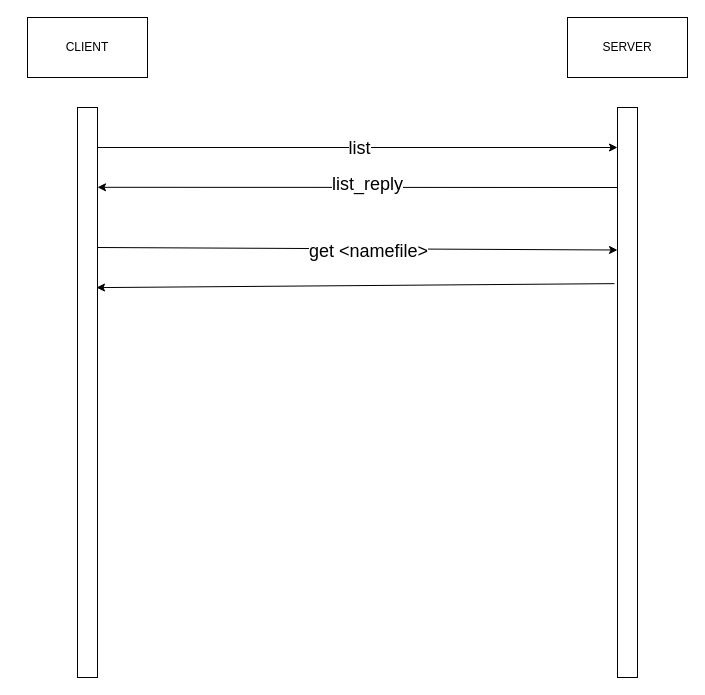
Before: page "Page-3" (3 of 5) of Docs/Untitled.drawio in ItsTiz/Progetto-Reti, a draw.io diagram. Source tidied: cells renumbered, new cells numbered last; positions are measured from the earlier drawing's top-left corner, leaving out a move shared by most shapes. Both pictures are drawn from the tidied source at 100%, with x=0, y=0 at pixel (27, 17).
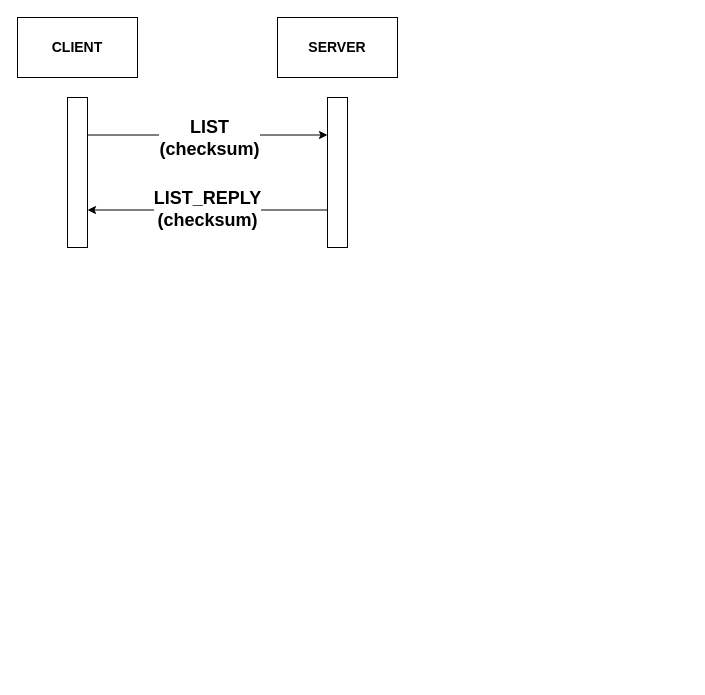
After the change.

Commit message (it also covers changes not shown here):
Made some changes to text output in both client and server

What changed in the source:
```diff
@@
 <mxGraphModel>
   <root>
     <mxCell id="0" />
     <mxCell id="1" parent="0" />
-    <mxCell id="2" value="CLIENT" style="rounded=0;whiteSpace=wrap;html=1;" parent="1" vertex="1">
-      <mxGeometry width="120" height="60" as="geometry" />
+    <mxCell id="2" value="&lt;font style=&quot;font-size: 14px;&quot;&gt;&lt;b&gt;CLIENT&lt;/b&gt;&lt;/font&gt;" style="rounded=0;whiteSpace=wrap;html=1;" parent="1" vertex="1">
+      <mxGeometry x="-10" width="120" height="60" as="geometry" />
     </mxCell>
-    <mxCell id="3" value="SERVER" style="rounded=0;whiteSpace=wrap;html=1;" parent="1" vertex="1">
-      <mxGeometry x="540" width="120" height="60" as="geometry" />
+    <mxCell id="3" value="&lt;font style=&quot;font-size: 14px;&quot;&gt;&lt;b&gt;SERVER&lt;/b&gt;&lt;/font&gt;" style="rounded=0;whiteSpace=wrap;html=1;" parent="1" vertex="1">
+      <mxGeometry x="250" width="120" height="60" as="geometry" />
     </mxCell>
     <mxCell id="4" style="rounded=0;whiteSpace=wrap;html=1;" parent="1" vertex="1">
-      <mxGeometry x="50" y="90" width="20" height="570" as="geometry" />
+      <mxGeometry x="40" y="80" width="20" height="150" as="geometry" />
     </mxCell>
     <mxCell id="5" style="rounded=0;whiteSpace=wrap;html=1;" parent="1" vertex="1">
-      <mxGeometry x="590" y="90" width="20" height="570" as="geometry" />
+      <mxGeometry x="300" y="80" width="20" height="150" as="geometry" />
     </mxCell>
-    <mxCell id="6" style="endArrow=classic;html=1;rounded=0;" parent="1" edge="1">
-      <mxGeometry relative="1" as="geometry">
-        <mxPoint x="70" y="130" as="sourcePoint" />
-        <mxPoint x="590" y="130" as="targetPoint" />
-      </mxGeometry>
-    </mxCell>
-    <mxCell id="7" value="&lt;font style=&quot;font-size: 18px;&quot;&gt;list&lt;/font&gt;" style="edgeLabel;html=1;align=center;verticalAlign=middle;" parent="6" vertex="1">
-      <mxGeometry x="0.12" y="-3" relative="1" as="geometry">
-        <mxPoint x="-30" y="-3" as="offset" />
-      </mxGeometry>
-    </mxCell>
-    <mxCell id="8" style="endArrow=classic;html=1;rounded=0;entryX=1;entryY=0.14;entryDx=0;entryDy=0;entryPerimeter=0;" parent="1" edge="1" target="4">
-      <mxGeometry relative="1" as="geometry">
-        <mxPoint x="590" y="170" as="sourcePoint" />
-      </mxGeometry>
-    </mxCell>
-    <mxCell id="9" value="&lt;font style=&quot;font-size: 18px;&quot;&gt;list_reply&lt;br&gt;&lt;/font&gt;" style="edgeLabel;html=1;align=center;verticalAlign=middle;" parent="8" vertex="1">
-      <mxGeometry x="-0.22" y="-3" relative="1" as="geometry">
-        <mxPoint x="-48" as="offset" />
-      </mxGeometry>
-    </mxCell>
-    <mxCell id="10" style="endArrow=classic;html=1;rounded=0;fontSize=18;entryX=0;entryY=0.25;entryDx=0;entryDy=0;" parent="1" edge="1" target="5">
-      <mxGeometry relative="1" as="geometry">
-        <mxPoint x="70" y="230" as="sourcePoint" />
-      </mxGeometry>
-    </mxCell>
-    <mxCell id="11" value="get &amp;lt;namefile&amp;gt;" style="edgeLabel;html=1;align=center;verticalAlign=middle;fontSize=18;" parent="10" vertex="1">
-      <mxGeometry x="0.11" y="-2" relative="1" as="geometry">
-        <mxPoint x="-18" as="offset" />
-      </mxGeometry>
-    </mxCell>
+    <mxCell id="13" style="endArrow=classic;html=1;rounded=0;fontSize=18;exitX=1;exitY=0.25;exitDx=0;exitDy=0;entryX=0;entryY=0.25;entryDx=0;entryDy=0;" parent="1" edge="1" source="4" target="5">
+      <mxGeometry relative="1" as="geometry" />
+    </mxCell>
+    <mxCell id="14" value="&lt;b&gt;LIST&lt;br&gt;(checksum)&lt;/b&gt;" style="edgeLabel;html=1;align=center;verticalAlign=middle;fontSize=18;" parent="13" vertex="1">
+      <mxGeometry x="-0.17" y="-2" relative="1" as="geometry">
+        <mxPoint x="21" y="1" as="offset" />
+      </mxGeometry>
+    </mxCell>
-    <mxCell id="12" style="endArrow=classic;html=1;rounded=0;fontSize=18;entryX=0.95;entryY=0.316;entryDx=0;entryDy=0;entryPerimeter=0;exitX=-0.15;exitY=0.309;exitDx=0;exitDy=0;exitPerimeter=0;" parent="1" edge="1" source="5" target="4">
+    <mxCell id="12" style="endArrow=classic;html=1;rounded=0;fontSize=18;entryX=1;entryY=0.75;entryDx=0;entryDy=0;exitX=0;exitY=0.75;exitDx=0;exitDy=0;" parent="1" edge="1" source="5" target="4">
       <mxGeometry relative="1" as="geometry" />
     </mxCell>
+    <mxCell id="15" value="&lt;b&gt;LIST_REPLY&lt;br&gt;(checksum)&lt;/b&gt;" style="edgeLabel;html=1;align=center;verticalAlign=middle;fontSize=18;" parent="12" vertex="1">
+      <mxGeometry x="-0.17" y="-2" relative="1" as="geometry">
+        <mxPoint x="-21" y="1" as="offset" />
+      </mxGeometry>
+    </mxCell>
   </root>
 </mxGraphModel>
```
